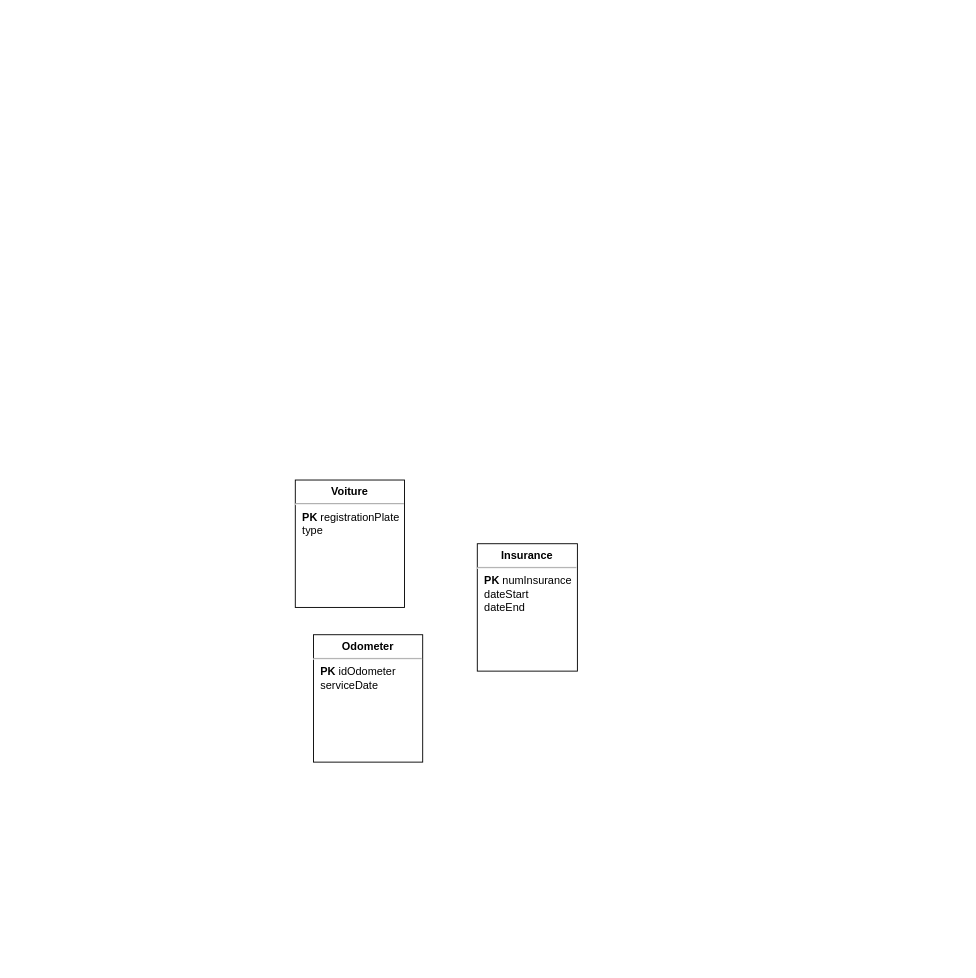
This is TP4.drawio from lyg2/Reservation-SQL, a draw.io file, before an edit. Source tidied: cells renumbered, new cells numbered last; positions are measured from the earlier drawing's top-left corner, leaving out a move shared by most shapes. Both pictures are drawn from the tidied source at 91%, with x=0, y=0 at pixel (295, 480).
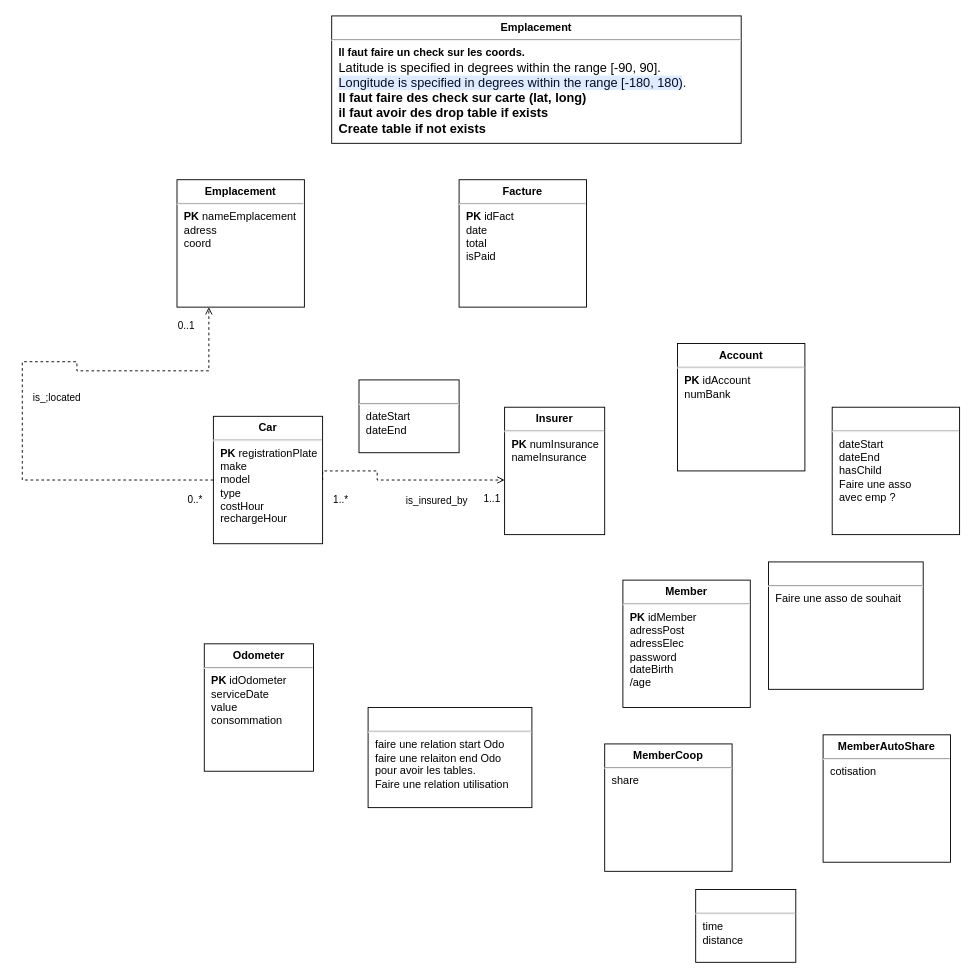
Above is the later version.

Commit message:
Mettre à jour TP4.drawio

What changed in the source:
```diff
@@
-    <mxCell id="2" value="&lt;p style=&quot;margin:0px;margin-top:6px;text-align:center;&quot;&gt;&lt;b&gt;Voiture&lt;/b&gt;&lt;/p&gt;&lt;hr&gt;&lt;p style=&quot;margin:0px;margin-left:8px;&quot;&gt;&lt;b&gt;PK&lt;/b&gt;&amp;nbsp;registrationPlate&lt;/p&gt;&lt;p style=&quot;margin:0px;margin-left:8px;&quot;&gt;type&lt;/p&gt;" style="align=left;overflow=fill;html=1;" parent="1" vertex="1">
-      <mxGeometry width="120" height="140" as="geometry" />
+    <mxCell id="2" value="&lt;p style=&quot;margin:0px;margin-top:6px;text-align:center;&quot;&gt;&lt;b&gt;Car&lt;/b&gt;&lt;/p&gt;&lt;hr&gt;&lt;p style=&quot;margin:0px;margin-left:8px;&quot;&gt;&lt;b&gt;PK&lt;/b&gt;&amp;nbsp;registrationPlate&lt;/p&gt;&lt;p style=&quot;margin:0px;margin-left:8px;&quot;&gt;make&lt;/p&gt;&lt;p style=&quot;margin:0px;margin-left:8px;&quot;&gt;model&lt;/p&gt;&lt;p style=&quot;margin:0px;margin-left:8px;&quot;&gt;type&lt;/p&gt;&lt;p style=&quot;margin:0px;margin-left:8px;&quot;&gt;costHour&lt;/p&gt;&lt;p style=&quot;margin:0px;margin-left:8px;&quot;&gt;rechargeHour&lt;/p&gt;" style="align=left;overflow=fill;html=1;" parent="1" vertex="1">
+      <mxGeometry x="-90" y="-70" width="120" height="140" as="geometry" />
     </mxCell>
-    <mxCell id="3" value="&lt;p style=&quot;margin:0px;margin-top:6px;text-align:center;&quot;&gt;&lt;b&gt;Insurance&lt;/b&gt;&lt;/p&gt;&lt;hr&gt;&lt;p style=&quot;margin:0px;margin-left:8px;&quot;&gt;&lt;b&gt;PK&lt;/b&gt;&amp;nbsp;numInsurance&lt;/p&gt;&lt;p style=&quot;margin:0px;margin-left:8px;&quot;&gt;&lt;span style=&quot;background-color: initial;&quot;&gt;dateStart&lt;/span&gt;&lt;/p&gt;&lt;p style=&quot;margin:0px;margin-left:8px;&quot;&gt;dateEnd&lt;/p&gt;&lt;p style=&quot;margin:0px;margin-left:8px;&quot;&gt;&lt;br&gt;&lt;/p&gt;&lt;p style=&quot;margin:0px;margin-left:8px;&quot;&gt;&lt;br&gt;&lt;/p&gt;" style="align=left;overflow=fill;html=1;" parent="1" vertex="1">
-      <mxGeometry x="200" y="70" width="110" height="140" as="geometry" />
+    <mxCell id="3" value="&lt;p style=&quot;margin:0px;margin-top:6px;text-align:center;&quot;&gt;&lt;b&gt;Insurer&lt;/b&gt;&lt;/p&gt;&lt;hr&gt;&lt;p style=&quot;margin:0px;margin-left:8px;&quot;&gt;&lt;b&gt;PK&lt;/b&gt;&amp;nbsp;numInsurance&lt;/p&gt;&lt;p style=&quot;margin:0px;margin-left:8px;&quot;&gt;nameInsurance&lt;/p&gt;&lt;p style=&quot;margin:0px;margin-left:8px;&quot;&gt;&lt;br&gt;&lt;/p&gt;&lt;p style=&quot;margin:0px;margin-left:8px;&quot;&gt;&lt;br&gt;&lt;/p&gt;" style="align=left;overflow=fill;html=1;" parent="1" vertex="1">
+      <mxGeometry x="230" y="-80" width="110" height="140" as="geometry" />
     </mxCell>
-    <mxCell id="4" value="&lt;p style=&quot;margin:0px;margin-top:6px;text-align:center;&quot;&gt;&lt;b&gt;Odometer&lt;/b&gt;&lt;/p&gt;&lt;hr&gt;&lt;p style=&quot;margin:0px;margin-left:8px;&quot;&gt;&lt;b&gt;PK&lt;/b&gt;&amp;nbsp;idOdometer&lt;/p&gt;&lt;p style=&quot;margin:0px;margin-left:8px;&quot;&gt;serviceDate&lt;/p&gt;" style="align=left;overflow=fill;html=1;" parent="1" vertex="1">
-      <mxGeometry x="20" y="170" width="120" height="140" as="geometry" />
+    <mxCell id="4" value="&lt;p style=&quot;margin:0px;margin-top:6px;text-align:center;&quot;&gt;&lt;b&gt;Odometer&lt;/b&gt;&lt;/p&gt;&lt;hr&gt;&lt;p style=&quot;margin:0px;margin-left:8px;&quot;&gt;&lt;b&gt;PK&lt;/b&gt;&amp;nbsp;idOdometer&lt;/p&gt;&lt;p style=&quot;margin:0px;margin-left:8px;&quot;&gt;serviceDate&lt;/p&gt;&lt;p style=&quot;margin:0px;margin-left:8px;&quot;&gt;value&lt;/p&gt;&lt;p style=&quot;margin:0px;margin-left:8px;&quot;&gt;consommation&lt;/p&gt;" style="align=left;overflow=fill;html=1;" parent="1" vertex="1">
+      <mxGeometry x="-100" y="180" width="120" height="140" as="geometry" />
     </mxCell>
+    <mxCell id="5" value="&lt;p style=&quot;margin:0px;margin-top:6px;text-align:center;&quot;&gt;&lt;b&gt;Emplacement&lt;/b&gt;&lt;/p&gt;&lt;hr&gt;&lt;p style=&quot;margin:0px;margin-left:8px;&quot;&gt;&lt;b&gt;PK&lt;/b&gt;&amp;nbsp;nameEmplacement&lt;/p&gt;&lt;p style=&quot;margin:0px;margin-left:8px;&quot;&gt;adress&lt;/p&gt;&lt;p style=&quot;margin:0px;margin-left:8px;&quot;&gt;coord&lt;/p&gt;" style="align=left;overflow=fill;html=1;" parent="1" vertex="1">
+      <mxGeometry x="-130" y="-330" width="140" height="140" as="geometry" />
+    </mxCell>
+    <mxCell id="6" value="&lt;p style=&quot;margin:0px;margin-top:6px;text-align:center;&quot;&gt;&lt;b&gt;Member&lt;/b&gt;&lt;/p&gt;&lt;hr&gt;&lt;p style=&quot;margin:0px;margin-left:8px;&quot;&gt;&lt;b&gt;PK&lt;/b&gt;&amp;nbsp;idMember&lt;/p&gt;&lt;p style=&quot;margin:0px;margin-left:8px;&quot;&gt;adressPost&lt;/p&gt;&lt;p style=&quot;margin:0px;margin-left:8px;&quot;&gt;adressElec&lt;/p&gt;&lt;p style=&quot;margin:0px;margin-left:8px;&quot;&gt;password&lt;/p&gt;&lt;p style=&quot;margin:0px;margin-left:8px;&quot;&gt;dateBirth&lt;/p&gt;&lt;p style=&quot;margin:0px;margin-left:8px;&quot;&gt;/age&lt;/p&gt;" style="align=left;overflow=fill;html=1;" parent="1" vertex="1">
+      <mxGeometry x="360" y="110" width="140" height="140" as="geometry" />
+    </mxCell>
+    <mxCell id="7" value="&lt;p style=&quot;margin:0px;margin-top:6px;text-align:center;&quot;&gt;&lt;b&gt;MemberCoop&lt;/b&gt;&lt;/p&gt;&lt;hr&gt;&lt;p style=&quot;margin:0px;margin-left:8px;&quot;&gt;share&lt;/p&gt;" style="align=left;overflow=fill;html=1;" parent="1" vertex="1">
+      <mxGeometry x="340" y="290" width="140" height="140" as="geometry" />
+    </mxCell>
+    <mxCell id="8" value="&lt;p style=&quot;margin:0px;margin-top:6px;text-align:center;&quot;&gt;&lt;b&gt;MemberAutoShare&lt;/b&gt;&lt;/p&gt;&lt;hr&gt;&lt;p style=&quot;margin:0px;margin-left:8px;&quot;&gt;cotisation&lt;/p&gt;" style="align=left;overflow=fill;html=1;" parent="1" vertex="1">
+      <mxGeometry x="580" y="280" width="140" height="140" as="geometry" />
+    </mxCell>
+    <mxCell id="9" value="&lt;p style=&quot;margin:0px;margin-top:6px;text-align:center;&quot;&gt;&lt;b&gt;Account&lt;/b&gt;&lt;/p&gt;&lt;hr&gt;&lt;p style=&quot;margin:0px;margin-left:8px;&quot;&gt;&lt;b&gt;PK&lt;/b&gt;&amp;nbsp;idAccount&lt;/p&gt;&lt;p style=&quot;margin:0px;margin-left:8px;&quot;&gt;numBank&lt;/p&gt;" style="align=left;overflow=fill;html=1;" parent="1" vertex="1">
+      <mxGeometry x="420" y="-150" width="140" height="140" as="geometry" />
+    </mxCell>
+    <mxCell id="10" value="&lt;p style=&quot;margin:0px;margin-top:6px;text-align:center;&quot;&gt;&lt;br&gt;&lt;/p&gt;&lt;hr&gt;&lt;p style=&quot;margin:0px;margin-left:8px;&quot;&gt;&lt;span style=&quot;background-color: initial;&quot;&gt;dateStart&lt;/span&gt;&lt;/p&gt;&lt;p style=&quot;margin:0px;margin-left:8px;&quot;&gt;dateEnd&lt;/p&gt;&lt;p style=&quot;margin:0px;margin-left:8px;&quot;&gt;hasChild&lt;/p&gt;&lt;p style=&quot;margin:0px;margin-left:8px;&quot;&gt;Faire une asso&amp;nbsp;&lt;/p&gt;&lt;p style=&quot;margin:0px;margin-left:8px;&quot;&gt;avec emp ?&lt;/p&gt;" style="align=left;overflow=fill;html=1;" parent="1" vertex="1">
+      <mxGeometry x="590" y="-80" width="140" height="140" as="geometry" />
+    </mxCell>
+    <mxCell id="11" value="&lt;p style=&quot;margin:0px;margin-top:6px;text-align:center;&quot;&gt;&lt;b&gt;Facture&lt;/b&gt;&lt;/p&gt;&lt;hr&gt;&lt;p style=&quot;margin:0px;margin-left:8px;&quot;&gt;&lt;b&gt;PK&lt;/b&gt;&amp;nbsp;idFact&lt;/p&gt;&lt;p style=&quot;margin:0px;margin-left:8px;&quot;&gt;date&lt;/p&gt;&lt;p style=&quot;margin:0px;margin-left:8px;&quot;&gt;total&lt;/p&gt;&lt;p style=&quot;margin:0px;margin-left:8px;&quot;&gt;isPaid&lt;/p&gt;" style="align=left;overflow=fill;html=1;" parent="1" vertex="1">
+      <mxGeometry x="180" y="-330" width="140" height="140" as="geometry" />
+    </mxCell>
+    <mxCell id="12" value="&lt;p style=&quot;margin:0px;margin-top:6px;text-align:center;&quot;&gt;&lt;br&gt;&lt;/p&gt;&lt;hr&gt;&lt;p style=&quot;margin:0px;margin-left:8px;&quot;&gt;&lt;span style=&quot;background-color: initial;&quot;&gt;dateStart&lt;/span&gt;&lt;br&gt;&lt;/p&gt;&lt;p style=&quot;margin:0px;margin-left:8px;&quot;&gt;dateEnd&lt;/p&gt;&lt;p style=&quot;margin:0px;margin-left:8px;&quot;&gt;&lt;br&gt;&lt;/p&gt;&lt;p style=&quot;margin:0px;margin-left:8px;&quot;&gt;&lt;br&gt;&lt;/p&gt;" style="align=left;overflow=fill;html=1;" parent="1" vertex="1">
+      <mxGeometry x="70" y="-110" width="110" height="80" as="geometry" />
+    </mxCell>
+    <mxCell id="13" value="&lt;p style=&quot;margin:0px;margin-top:6px;text-align:center;&quot;&gt;&lt;br&gt;&lt;/p&gt;&lt;hr&gt;&lt;p style=&quot;margin:0px;margin-left:8px;&quot;&gt;Faire une asso de souhait&lt;/p&gt;" style="align=left;overflow=fill;html=1;" parent="1" vertex="1">
+      <mxGeometry x="520" y="90" width="170" height="140" as="geometry" />
+    </mxCell>
+    <mxCell id="14" value="&lt;p style=&quot;margin:0px;margin-top:6px;text-align:center;&quot;&gt;&lt;br&gt;&lt;/p&gt;&lt;hr&gt;&lt;p style=&quot;margin:0px;margin-left:8px;&quot;&gt;time&lt;/p&gt;&lt;p style=&quot;margin:0px;margin-left:8px;&quot;&gt;distance&lt;/p&gt;&lt;p style=&quot;margin:0px;margin-left:8px;&quot;&gt;&lt;br&gt;&lt;/p&gt;" style="align=left;overflow=fill;html=1;" parent="1" vertex="1">
+      <mxGeometry x="440" y="450" width="110" height="80" as="geometry" />
+    </mxCell>
+    <mxCell id="15" value="&lt;p style=&quot;margin:0px;margin-top:6px;text-align:center;&quot;&gt;&lt;br&gt;&lt;/p&gt;&lt;hr&gt;&lt;p style=&quot;margin:0px;margin-left:8px;&quot;&gt;faire une relation start Odo&lt;/p&gt;&lt;p style=&quot;margin:0px;margin-left:8px;&quot;&gt;faire une relaiton end Odo&lt;br&gt;pour avoir les tables.&lt;/p&gt;&lt;p style=&quot;margin:0px;margin-left:8px;&quot;&gt;Faire une relation utilisation&lt;br&gt;&lt;br&gt;&lt;/p&gt;&lt;p style=&quot;margin:0px;margin-left:8px;&quot;&gt;&lt;br&gt;&lt;/p&gt;&lt;p style=&quot;margin:0px;margin-left:8px;&quot;&gt;&lt;br&gt;&lt;/p&gt;" style="align=left;overflow=fill;html=1;" parent="1" vertex="1">
+      <mxGeometry x="80" y="250" width="180" height="110" as="geometry" />
+    </mxCell>
+    <mxCell id="16" value="is_insured_by" style="endArrow=open;endFill=0;html=1;edgeStyle=orthogonalEdgeStyle;align=left;verticalAlign=top;rounded=0;strokeColor=default;dashed=1;exitX=1;exitY=0.5;exitDx=0;exitDy=0;" parent="1" edge="1" source="2" target="3">
+      <mxGeometry y="-10" relative="1" as="geometry">
+        <Array as="points">
+          <mxPoint x="30" y="-10" />
+          <mxPoint x="90" y="-10" />
+          <mxPoint x="90" />
+        </Array>
+      </mxGeometry>
+    </mxCell>
+    <mxCell id="17" value="1..*" style="edgeLabel;html=1;align=left;verticalAlign=bottom;" parent="16" vertex="1">
+      <mxGeometry x="-1" relative="1" as="geometry">
+        <mxPoint x="10" y="30" as="offset" />
+      </mxGeometry>
+    </mxCell>
+    <mxCell id="18" value="1..1" style="edgeLabel;html=1;align=center;verticalAlign=middle;" parent="16" vertex="1">
+      <mxGeometry x="0.86" relative="1" as="geometry">
+        <mxPoint y="20" as="offset" />
+      </mxGeometry>
+    </mxCell>
+    <mxCell id="19" value="is_;located" style="endArrow=open;endFill=0;html=1;edgeStyle=orthogonalEdgeStyle;align=left;verticalAlign=top;rounded=0;strokeColor=default;dashed=1;exitX=0;exitY=0.5;exitDx=0;exitDy=0;entryX=0.25;entryY=1;entryDx=0;entryDy=0;" parent="1" edge="1" source="2" target="5">
+      <mxGeometry y="-10" relative="1" as="geometry">
+        <Array as="points">
+          <mxPoint x="-300" />
+          <mxPoint x="-300" y="-130" />
+          <mxPoint x="-240" y="-130" />
+          <mxPoint x="-240" y="-120" />
+          <mxPoint x="-95" y="-120" />
+        </Array>
+      </mxGeometry>
+    </mxCell>
+    <mxCell id="20" value="0..*" style="edgeLabel;html=1;align=left;verticalAlign=bottom;" parent="19" vertex="1">
+      <mxGeometry x="-1" relative="1" as="geometry">
+        <mxPoint x="-30" y="30" as="offset" />
+      </mxGeometry>
+    </mxCell>
+    <mxCell id="21" value="0..1" style="edgeLabel;html=1;align=center;verticalAlign=middle;" parent="19" vertex="1">
+      <mxGeometry x="0.86" relative="1" as="geometry">
+        <mxPoint x="-26" y="-25" as="offset" />
+      </mxGeometry>
+    </mxCell>
+    <mxCell id="22" value="&lt;p style=&quot;margin:0px;margin-top:6px;text-align:center;&quot;&gt;&lt;b&gt;Emplacement&lt;/b&gt;&lt;/p&gt;&lt;hr&gt;&lt;p style=&quot;margin:0px;margin-left:8px;&quot;&gt;&lt;b&gt;Il faut faire un check sur les coords.&lt;/b&gt;&lt;/p&gt;&lt;p style=&quot;margin: 0px 0px 0px 8px; font-size: 14px;&quot;&gt;Latitude is specified in degrees within the range [-90, 90].&lt;br&gt;&lt;span style=&quot;background-color: rgba(80, 151, 255, 0.18); color: rgb(4, 12, 40); font-family: &amp;quot;Google Sans&amp;quot;, arial, sans-serif;&quot;&gt;Longitude is specified in degrees within the range [-180, 180)&lt;/span&gt;&lt;span style=&quot;color: rgb(32, 33, 36); font-family: &amp;quot;Google Sans&amp;quot;, arial, sans-serif; background-color: rgb(255, 255, 255);&quot;&gt;.&lt;/span&gt;&lt;b&gt;&lt;br&gt;Il faut faire des check sur carte (lat, long)&lt;br&gt;il faut avoir des drop table if exists&lt;br&gt;Create table if not exists&lt;/b&gt;&lt;/p&gt;" style="align=left;overflow=fill;html=1;" parent="1" vertex="1">
+      <mxGeometry x="40" y="-510" width="450" height="140" as="geometry" />
+    </mxCell>
```
